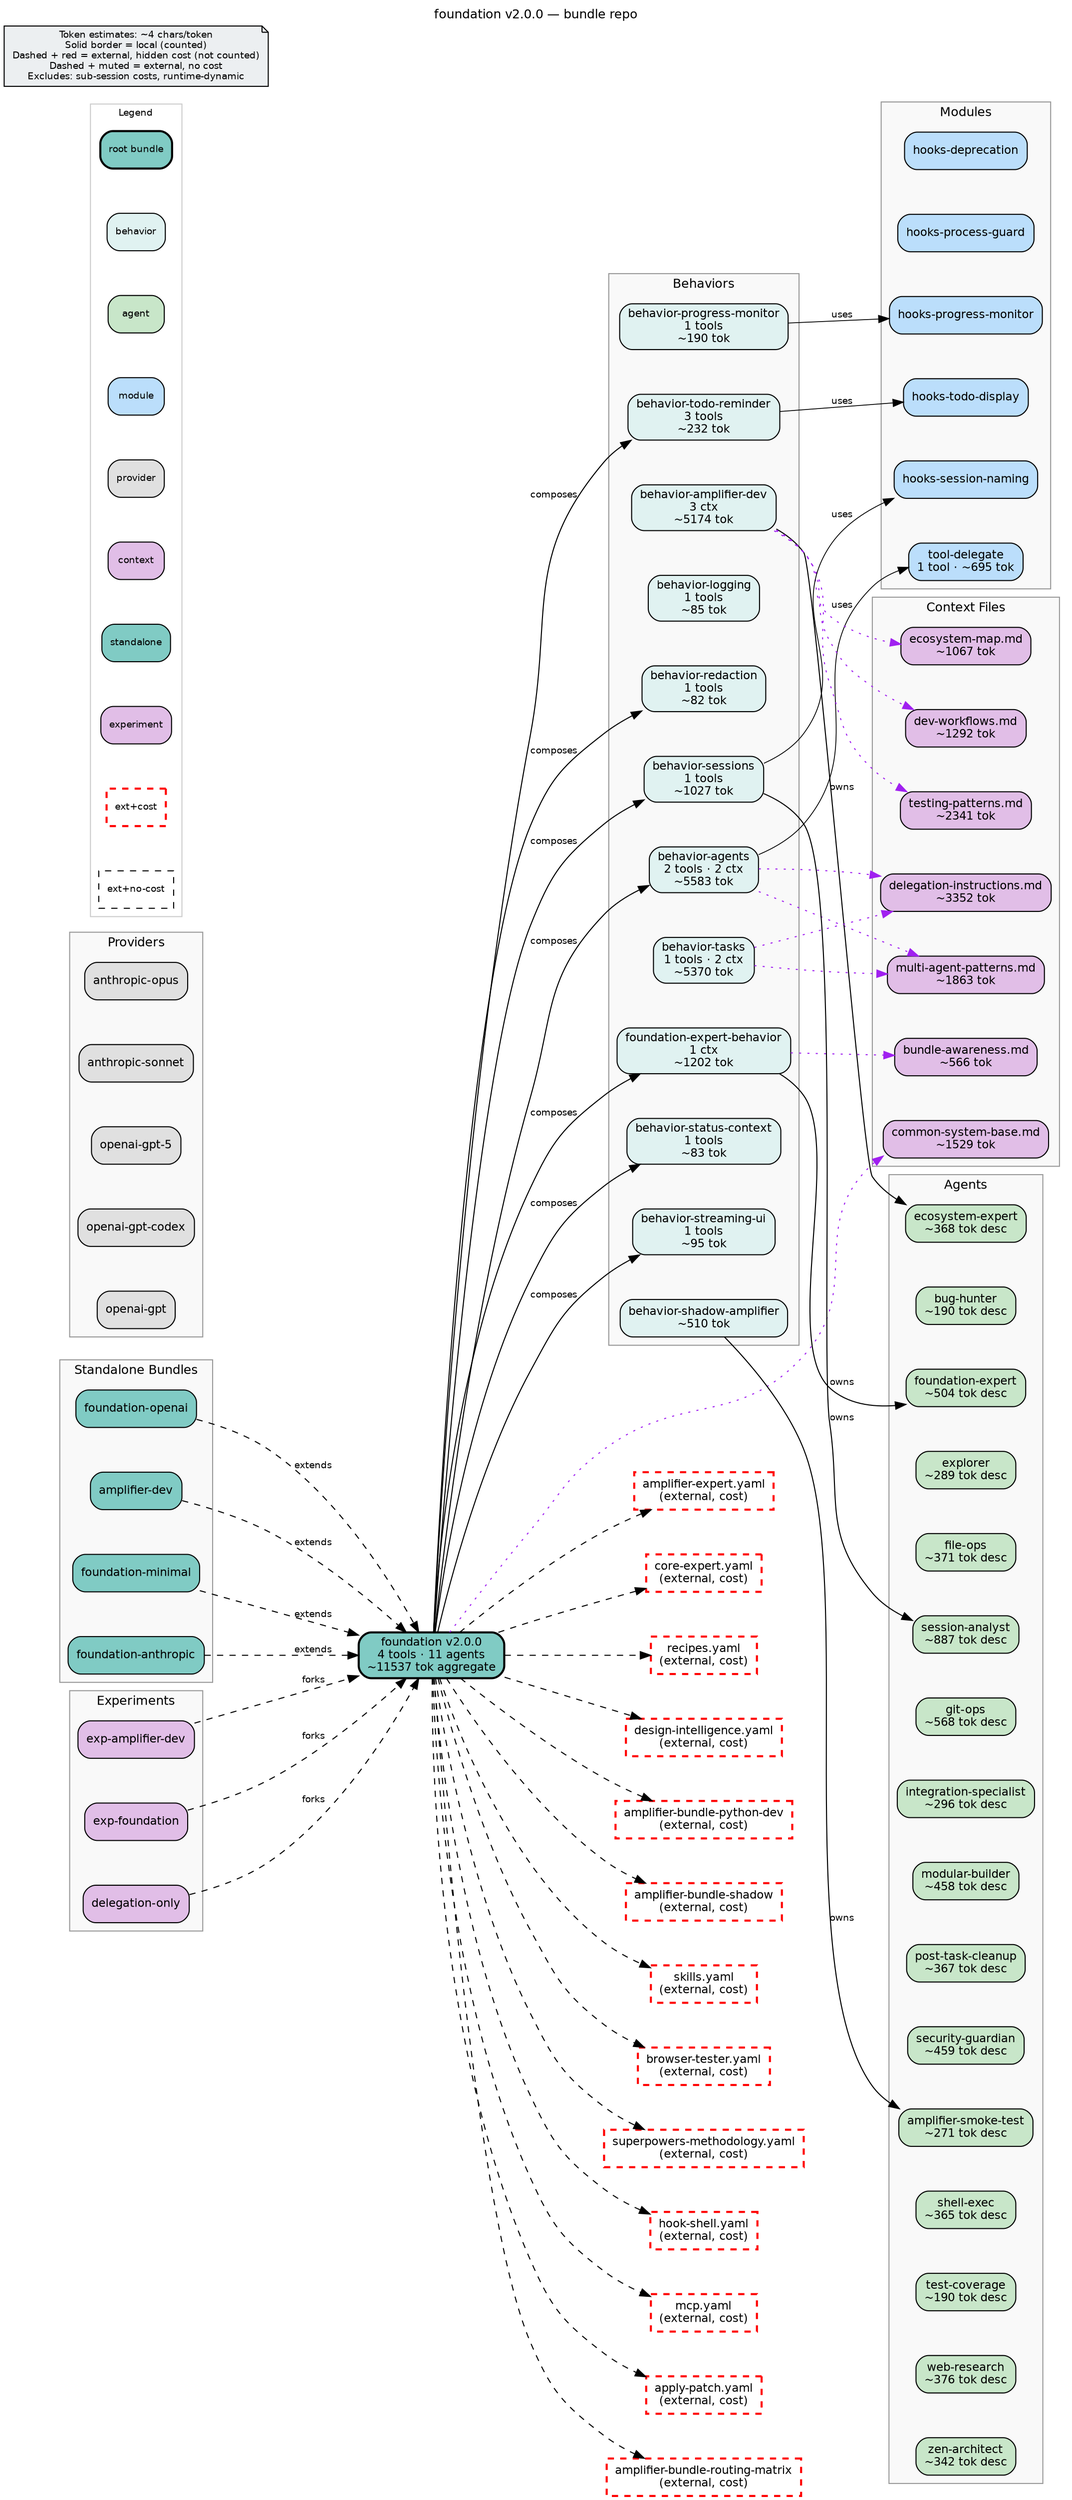
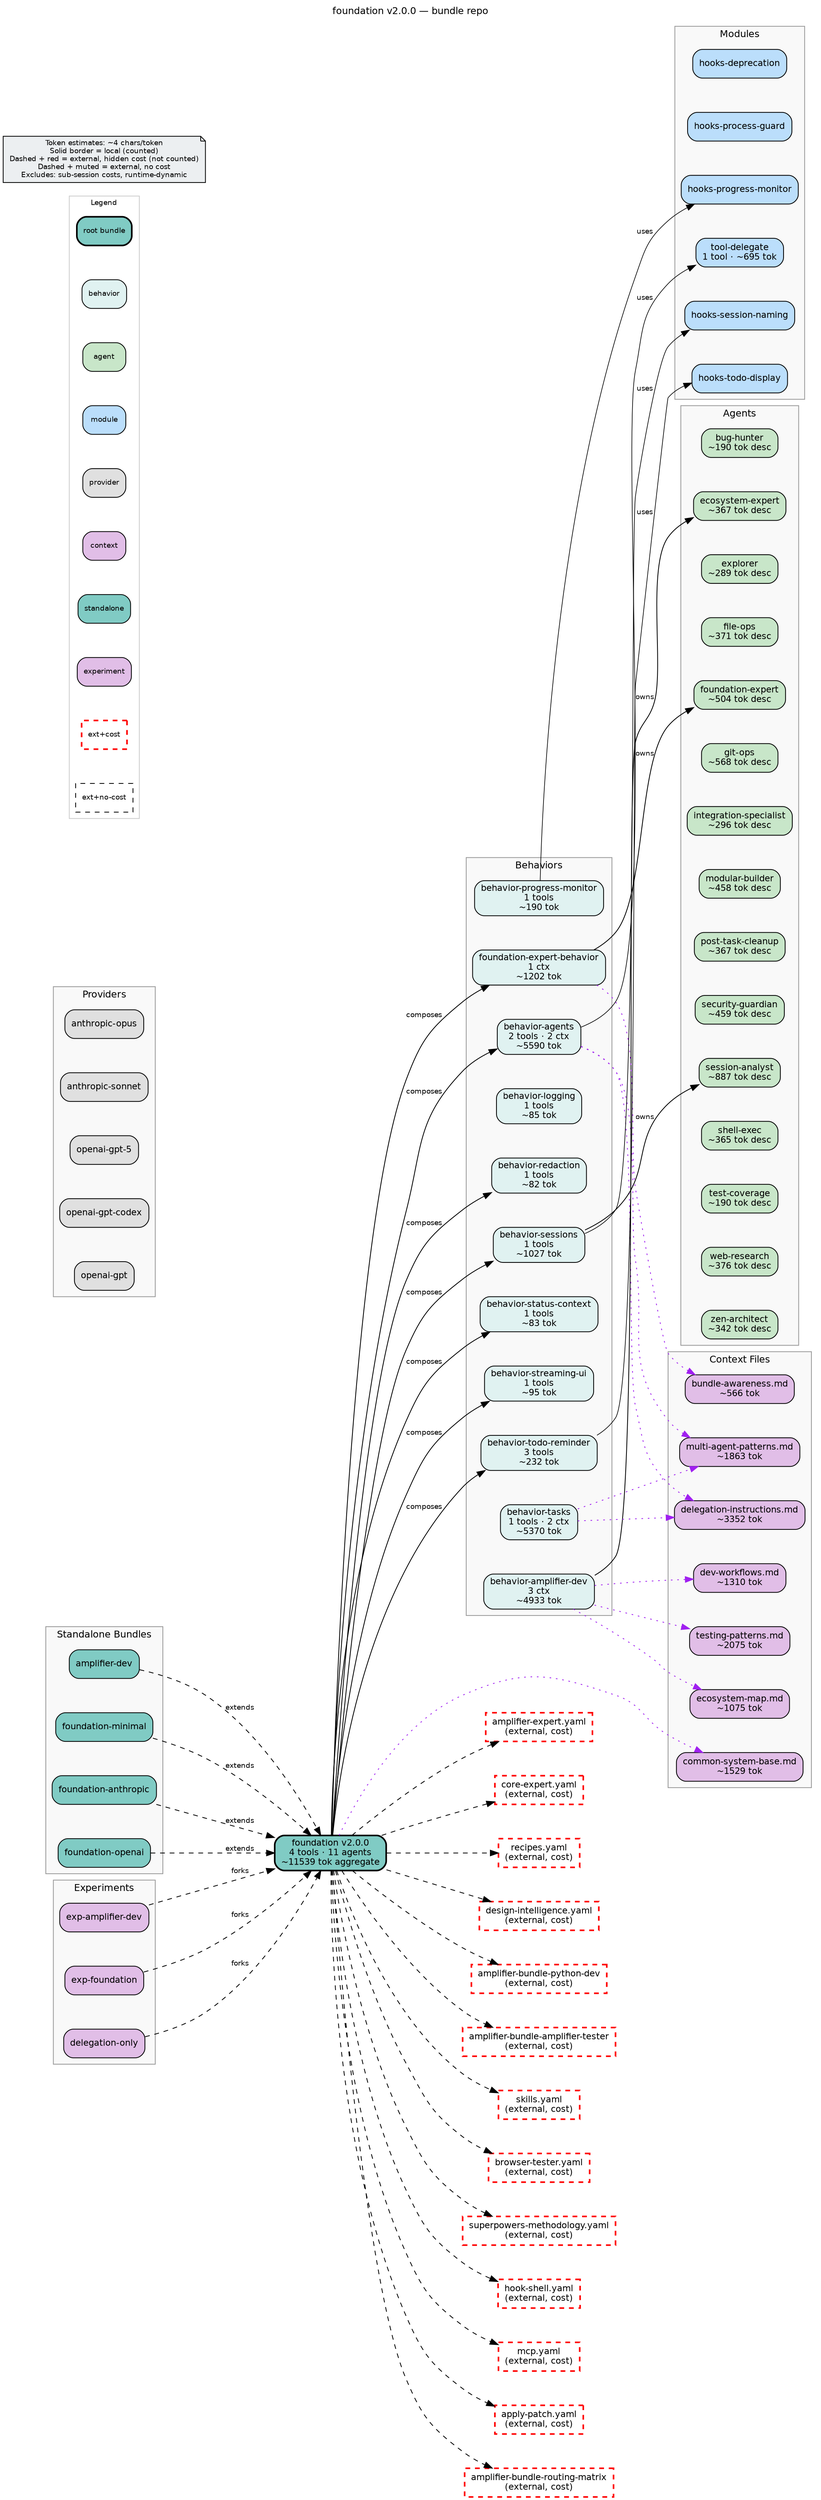
digraph foundation {
    rankdir=LR
    fontname="Helvetica"
    fontsize=12
    label="foundation v2.0.0 — bundle repo"
    labelloc=t
    labeljust=c
    nodesep=0.6
    ranksep=0.7
    bgcolor="white"
-     source_hash="4e75ed198c47f3216995c14b089832295baab45549d7067fc1a6d5701ba5a6a2"
+     source_hash="27908e2fbe06bdcaca5deb5bd71d3a35ae692c3399a4c031a81f69c5c03065a7"

    node [fontname="Helvetica", fontsize=11, style="filled,rounded"]
    edge [fontname="Helvetica", fontsize=9]

-     root_foundation [label="foundation v2.0.0\n4 tools · 11 agents\n~11537 tok aggregate", shape=box, fillcolor="#80cbc4", style="filled,rounded,bold", penwidth=2]
+     root_foundation [label="foundation v2.0.0\n4 tools · 11 agents\n~11539 tok aggregate", shape=box, fillcolor="#80cbc4", style="filled,rounded,bold", penwidth=2]

    subgraph cluster_behaviors {
        label="Behaviors"
        style="filled"
        fillcolor="#f9f9f9"
        color="#999999"

-         beh_behavior_agents [label="behavior-agents\n2 tools · 2 ctx\n~5583 tok", shape=box, fillcolor="#e0f2f1", style="filled,rounded"]
-         beh_behavior_amplifier_dev [label="behavior-amplifier-dev\n3 ctx\n~5174 tok", shape=box, fillcolor="#e0f2f1", style="filled,rounded"]
+         beh_behavior_agents [label="behavior-agents\n2 tools · 2 ctx\n~5590 tok", shape=box, fillcolor="#e0f2f1", style="filled,rounded"]
+         beh_behavior_amplifier_dev [label="behavior-amplifier-dev\n3 ctx\n~4933 tok", shape=box, fillcolor="#e0f2f1", style="filled,rounded"]
        beh_foundation_expert_behavior [label="foundation-expert-behavior\n1 ctx\n~1202 tok", shape=box, fillcolor="#e0f2f1", style="filled,rounded"]
        beh_behavior_logging [label="behavior-logging\n1 tools\n~85 tok", shape=box, fillcolor="#e0f2f1", style="filled,rounded"]
        beh_behavior_progress_monitor [label="behavior-progress-monitor\n1 tools\n~190 tok", shape=box, fillcolor="#e0f2f1", style="filled,rounded"]
        beh_behavior_redaction [label="behavior-redaction\n1 tools\n~82 tok", shape=box, fillcolor="#e0f2f1", style="filled,rounded"]
        beh_behavior_sessions [label="behavior-sessions\n1 tools\n~1027 tok", shape=box, fillcolor="#e0f2f1", style="filled,rounded"]
-         beh_behavior_shadow_amplifier [label="behavior-shadow-amplifier\n~510 tok", shape=box, fillcolor="#e0f2f1", style="filled,rounded"]
        beh_behavior_status_context [label="behavior-status-context\n1 tools\n~83 tok", shape=box, fillcolor="#e0f2f1", style="filled,rounded"]
        beh_behavior_streaming_ui [label="behavior-streaming-ui\n1 tools\n~95 tok", shape=box, fillcolor="#e0f2f1", style="filled,rounded"]
        beh_behavior_tasks [label="behavior-tasks\n1 tools · 2 ctx\n~5370 tok", shape=box, fillcolor="#e0f2f1", style="filled,rounded"]
        beh_behavior_todo_reminder [label="behavior-todo-reminder\n3 tools\n~232 tok", shape=box, fillcolor="#e0f2f1", style="filled,rounded"]
    }

    subgraph cluster_standalones {
        label="Standalone Bundles"
        style="filled"
        fillcolor="#f9f9f9"
        color="#999999"

        sta_amplifier_dev [label="amplifier-dev", shape=box, fillcolor="#80cbc4", style="filled,rounded"]
        sta_foundation_minimal [label="foundation-minimal", shape=box, fillcolor="#80cbc4", style="filled,rounded"]
        sta_foundation_anthropic [label="foundation-anthropic", shape=box, fillcolor="#80cbc4", style="filled,rounded"]
        sta_foundation_openai [label="foundation-openai", shape=box, fillcolor="#80cbc4", style="filled,rounded"]
    }

    subgraph cluster_agents {
        label="Agents"
        style="filled"
        fillcolor="#f9f9f9"
        color="#999999"

-         agt_amplifier_smoke_test [label="amplifier-smoke-test\n~271 tok desc", shape=box, fillcolor="#c8e6c9", style="filled,rounded"]
        agt_bug_hunter [label="bug-hunter\n~190 tok desc", shape=box, fillcolor="#c8e6c9", style="filled,rounded"]
-         agt_ecosystem_expert [label="ecosystem-expert\n~368 tok desc", shape=box, fillcolor="#c8e6c9", style="filled,rounded"]
+         agt_ecosystem_expert [label="ecosystem-expert\n~367 tok desc", shape=box, fillcolor="#c8e6c9", style="filled,rounded"]
        agt_explorer [label="explorer\n~289 tok desc", shape=box, fillcolor="#c8e6c9", style="filled,rounded"]
        agt_file_ops [label="file-ops\n~371 tok desc", shape=box, fillcolor="#c8e6c9", style="filled,rounded"]
        agt_foundation_expert [label="foundation-expert\n~504 tok desc", shape=box, fillcolor="#c8e6c9", style="filled,rounded"]
        agt_git_ops [label="git-ops\n~568 tok desc", shape=box, fillcolor="#c8e6c9", style="filled,rounded"]
        agt_integration_specialist [label="integration-specialist\n~296 tok desc", shape=box, fillcolor="#c8e6c9", style="filled,rounded"]
        agt_modular_builder [label="modular-builder\n~458 tok desc", shape=box, fillcolor="#c8e6c9", style="filled,rounded"]
        agt_post_task_cleanup [label="post-task-cleanup\n~367 tok desc", shape=box, fillcolor="#c8e6c9", style="filled,rounded"]
        agt_security_guardian [label="security-guardian\n~459 tok desc", shape=box, fillcolor="#c8e6c9", style="filled,rounded"]
        agt_session_analyst [label="session-analyst\n~887 tok desc", shape=box, fillcolor="#c8e6c9", style="filled,rounded"]
        agt_shell_exec [label="shell-exec\n~365 tok desc", shape=box, fillcolor="#c8e6c9", style="filled,rounded"]
        agt_test_coverage [label="test-coverage\n~190 tok desc", shape=box, fillcolor="#c8e6c9", style="filled,rounded"]
        agt_web_research [label="web-research\n~376 tok desc", shape=box, fillcolor="#c8e6c9", style="filled,rounded"]
        agt_zen_architect [label="zen-architect\n~342 tok desc", shape=box, fillcolor="#c8e6c9", style="filled,rounded"]
    }

    subgraph cluster_modules {
        label="Modules"
        style="filled"
        fillcolor="#f9f9f9"
        color="#999999"

        mod_hooks_deprecation [label="hooks-deprecation", shape=box, fillcolor="#bbdefb", style="filled,rounded"]
        mod_hooks_process_guard [label="hooks-process-guard", shape=box, fillcolor="#bbdefb", style="filled,rounded"]
        mod_hooks_progress_monitor [label="hooks-progress-monitor", shape=box, fillcolor="#bbdefb", style="filled,rounded"]
        mod_hooks_session_naming [label="hooks-session-naming", shape=box, fillcolor="#bbdefb", style="filled,rounded"]
        mod_hooks_todo_display [label="hooks-todo-display", shape=box, fillcolor="#bbdefb", style="filled,rounded"]
        mod_tool_delegate [label="tool-delegate\n1 tool · ~695 tok", shape=box, fillcolor="#bbdefb", style="filled,rounded"]
    }

    subgraph cluster_providers {
        label="Providers"
        style="filled"
        fillcolor="#f9f9f9"
        color="#999999"

        prv_anthropic_opus [label="anthropic-opus", shape=box, fillcolor="#e0e0e0", style="filled,rounded"]
        prv_anthropic_sonnet [label="anthropic-sonnet", shape=box, fillcolor="#e0e0e0", style="filled,rounded"]
        prv_openai_gpt_5 [label="openai-gpt-5", shape=box, fillcolor="#e0e0e0", style="filled,rounded"]
        prv_openai_gpt_codex [label="openai-gpt-codex", shape=box, fillcolor="#e0e0e0", style="filled,rounded"]
        prv_openai_gpt [label="openai-gpt", shape=box, fillcolor="#e0e0e0", style="filled,rounded"]
    }

    subgraph cluster_experiments {
        label="Experiments"
        style="filled"
        fillcolor="#f9f9f9"
        color="#999999"

        exp_exp_amplifier_dev [label="exp-amplifier-dev", shape=box, fillcolor="#e1bee7", style="filled,rounded"]
        exp_exp_foundation [label="exp-foundation", shape=box, fillcolor="#e1bee7", style="filled,rounded"]
        exp_delegation_only [label="delegation-only", shape=box, fillcolor="#e1bee7", style="filled,rounded"]
    }

    subgraph cluster_context {
        label="Context Files"
        style="filled"
        fillcolor="#f9f9f9"
        color="#999999"

        ctx_delegation_instructions_md [label="delegation-instructions.md\n~3352 tok", shape=box, fillcolor="#e1bee7", style="filled,rounded"]
        ctx_multi_agent_patterns_md [label="multi-agent-patterns.md\n~1863 tok", shape=box, fillcolor="#e1bee7", style="filled,rounded"]
-         ctx_ecosystem_map_md [label="ecosystem-map.md\n~1067 tok", shape=box, fillcolor="#e1bee7", style="filled,rounded"]
-         ctx_dev_workflows_md [label="dev-workflows.md\n~1292 tok", shape=box, fillcolor="#e1bee7", style="filled,rounded"]
-         ctx_testing_patterns_md [label="testing-patterns.md\n~2341 tok", shape=box, fillcolor="#e1bee7", style="filled,rounded"]
+         ctx_ecosystem_map_md [label="ecosystem-map.md\n~1075 tok", shape=box, fillcolor="#e1bee7", style="filled,rounded"]
+         ctx_dev_workflows_md [label="dev-workflows.md\n~1310 tok", shape=box, fillcolor="#e1bee7", style="filled,rounded"]
+         ctx_testing_patterns_md [label="testing-patterns.md\n~2075 tok", shape=box, fillcolor="#e1bee7", style="filled,rounded"]
        ctx_bundle_awareness_md [label="bundle-awareness.md\n~566 tok", shape=box, fillcolor="#e1bee7", style="filled,rounded"]
        ctx_common_system_base_md [label="common-system-base.md\n~1529 tok", shape=box, fillcolor="#e1bee7", style="filled,rounded"]
    }

    subgraph cluster_legend {
        label="Legend"
        style="filled"
        fillcolor="white"
        color="#cccccc"
        fontsize=9

        leg_root [label="root bundle", shape=box, fillcolor="#80cbc4", style="filled,rounded,bold", fontsize=9]
        leg_behavior [label="behavior", shape=box, fillcolor="#e0f2f1", style="filled,rounded", fontsize=9]
        leg_agent [label="agent", shape=box, fillcolor="#c8e6c9", style="filled,rounded", fontsize=9]
        leg_module [label="module", shape=box, fillcolor="#bbdefb", style="filled,rounded", fontsize=9]
        leg_provider [label="provider", shape=box, fillcolor="#e0e0e0", style="filled,rounded", fontsize=9]
        leg_context [label="context", shape=box, fillcolor="#e1bee7", style="filled,rounded", fontsize=9]
        leg_standalone [label="standalone", shape=box, fillcolor="#80cbc4", style="filled,rounded", fontsize=9]
        leg_experiment [label="experiment", shape=box, fillcolor="#e1bee7", style="filled,rounded", fontsize=9]
        leg_ext_cost [label="ext+cost", shape=box, fillcolor="#80cbc4", style="dashed", color="red", penwidth=2, fontsize=9]
        leg_ext_muted [label="ext+no-cost", shape=box, fillcolor="#f5f5f5", style="dashed", fontsize=9]
    }

    disclaimer [label="Token estimates: ~4 chars/token\nSolid border = local (counted)\nDashed + red = external, hidden cost (not counted)\nDashed + muted = external, no cost\nExcludes: sub-session costs, runtime-dynamic", shape=note, fillcolor="#eceff1", style="filled", fontsize=9]

    ext_githttps___github_com_microsoft_amplifier_mainsubdirectorybehaviors_amplifier_expert_yaml [label="amplifier-expert.yaml\n(external, cost)", shape=box, fillcolor="#80cbc4", style="dashed", color="red", penwidth=2]
    ext_githttps___github_com_microsoft_amplifier_core_mainsubdirectorybehaviors_core_expert_yaml [label="core-expert.yaml\n(external, cost)", shape=box, fillcolor="#80cbc4", style="dashed", color="red", penwidth=2]
    ext_githttps___github_com_microsoft_amplifier_bundle_recipes_mainsubdirectorybehaviors_recipes_yaml [label="recipes.yaml\n(external, cost)", shape=box, fillcolor="#80cbc4", style="dashed", color="red", penwidth=2]
    ext_githttps___github_com_microsoft_amplifier_bundle_design_intelligence_mainsubdirectorybehaviors_design_intelligence_yaml [label="design-intelligence.yaml\n(external, cost)", shape=box, fillcolor="#80cbc4", style="dashed", color="red", penwidth=2]
    ext_githttps___github_com_microsoft_amplifier_bundle_python_dev_main [label="amplifier-bundle-python-dev\n(external, cost)", shape=box, fillcolor="#80cbc4", style="dashed", color="red", penwidth=2]
-     ext_githttps___github_com_microsoft_amplifier_bundle_shadow_main [label="amplifier-bundle-shadow\n(external, cost)", shape=box, fillcolor="#80cbc4", style="dashed", color="red", penwidth=2]
+     ext_githttps___github_com_microsoft_amplifier_bundle_amplifier_tester_main [label="amplifier-bundle-amplifier-tester\n(external, cost)", shape=box, fillcolor="#80cbc4", style="dashed", color="red", penwidth=2]
    ext_githttps___github_com_microsoft_amplifier_bundle_skills_mainsubdirectorybehaviors_skills_yaml [label="skills.yaml\n(external, cost)", shape=box, fillcolor="#80cbc4", style="dashed", color="red", penwidth=2]
    ext_githttps___github_com_microsoft_amplifier_bundle_browser_tester_mainsubdirectorybehaviors_browser_tester_yaml [label="browser-tester.yaml\n(external, cost)", shape=box, fillcolor="#80cbc4", style="dashed", color="red", penwidth=2]
    ext_githttps___github_com_microsoft_amplifier_bundle_superpowers_mainsubdirectorybehaviors_superpowers_methodology_yaml [label="superpowers-methodology.yaml\n(external, cost)", shape=box, fillcolor="#80cbc4", style="dashed", color="red", penwidth=2]
    ext_githttps___github_com_microsoft_amplifier_module_hook_shell_mainsubdirectorybehaviors_hook_shell_yaml [label="hook-shell.yaml\n(external, cost)", shape=box, fillcolor="#80cbc4", style="dashed", color="red", penwidth=2]
    ext_githttps___github_com_microsoft_amplifier_module_tool_mcp_mainsubdirectorybehaviors_mcp_yaml [label="mcp.yaml\n(external, cost)", shape=box, fillcolor="#80cbc4", style="dashed", color="red", penwidth=2]
    ext_githttps___github_com_microsoft_amplifier_bundle_filesystem_mainsubdirectorybehaviors_apply_patch_yaml [label="apply-patch.yaml\n(external, cost)", shape=box, fillcolor="#80cbc4", style="dashed", color="red", penwidth=2]
    ext_githttps___github_com_microsoft_amplifier_bundle_routing_matrix_main [label="amplifier-bundle-routing-matrix\n(external, cost)", shape=box, fillcolor="#80cbc4", style="dashed", color="red", penwidth=2]

    root_foundation -> ext_githttps___github_com_microsoft_amplifier_mainsubdirectorybehaviors_amplifier_expert_yaml [style=dashed]
    root_foundation -> ext_githttps___github_com_microsoft_amplifier_core_mainsubdirectorybehaviors_core_expert_yaml [style=dashed]
    root_foundation -> beh_foundation_expert_behavior [label="composes"]
    root_foundation -> beh_behavior_sessions [label="composes"]
    root_foundation -> beh_behavior_status_context [label="composes"]
    root_foundation -> beh_behavior_redaction [label="composes"]
    root_foundation -> beh_behavior_todo_reminder [label="composes"]
    root_foundation -> beh_behavior_streaming_ui [label="composes"]
    root_foundation -> beh_behavior_agents [label="composes"]
    root_foundation -> ext_githttps___github_com_microsoft_amplifier_bundle_recipes_mainsubdirectorybehaviors_recipes_yaml [style=dashed]
    root_foundation -> ext_githttps___github_com_microsoft_amplifier_bundle_design_intelligence_mainsubdirectorybehaviors_design_intelligence_yaml [style=dashed]
    root_foundation -> ext_githttps___github_com_microsoft_amplifier_bundle_python_dev_main [style=dashed]
-     root_foundation -> ext_githttps___github_com_microsoft_amplifier_bundle_shadow_main [style=dashed]
+     root_foundation -> ext_githttps___github_com_microsoft_amplifier_bundle_amplifier_tester_main [style=dashed]
    root_foundation -> ext_githttps___github_com_microsoft_amplifier_bundle_skills_mainsubdirectorybehaviors_skills_yaml [style=dashed]
    root_foundation -> ext_githttps___github_com_microsoft_amplifier_bundle_browser_tester_mainsubdirectorybehaviors_browser_tester_yaml [style=dashed]
    root_foundation -> ext_githttps___github_com_microsoft_amplifier_bundle_superpowers_mainsubdirectorybehaviors_superpowers_methodology_yaml [style=dashed]
    root_foundation -> ext_githttps___github_com_microsoft_amplifier_module_hook_shell_mainsubdirectorybehaviors_hook_shell_yaml [style=dashed]
    root_foundation -> ext_githttps___github_com_microsoft_amplifier_module_tool_mcp_mainsubdirectorybehaviors_mcp_yaml [style=dashed]
    root_foundation -> ext_githttps___github_com_microsoft_amplifier_bundle_filesystem_mainsubdirectorybehaviors_apply_patch_yaml [style=dashed]
    root_foundation -> ext_githttps___github_com_microsoft_amplifier_bundle_routing_matrix_main [style=dashed]
    beh_behavior_agents -> mod_tool_delegate [label="uses", penwidth=0.8]
    beh_behavior_agents -> ctx_delegation_instructions_md [style=dotted, color=purple]
    beh_behavior_agents -> ctx_multi_agent_patterns_md [style=dotted, color=purple]
    beh_behavior_amplifier_dev -> agt_ecosystem_expert [label="owns"]
    beh_behavior_amplifier_dev -> ctx_ecosystem_map_md [style=dotted, color=purple]
    beh_behavior_amplifier_dev -> ctx_dev_workflows_md [style=dotted, color=purple]
    beh_behavior_amplifier_dev -> ctx_testing_patterns_md [style=dotted, color=purple]
    beh_foundation_expert_behavior -> agt_foundation_expert [label="owns"]
    beh_foundation_expert_behavior -> ctx_bundle_awareness_md [style=dotted, color=purple]
    beh_behavior_progress_monitor -> mod_hooks_progress_monitor [label="uses", penwidth=0.8]
    beh_behavior_sessions -> agt_session_analyst [label="owns"]
    beh_behavior_sessions -> mod_hooks_session_naming [label="uses", penwidth=0.8]
-     beh_behavior_shadow_amplifier -> agt_amplifier_smoke_test [label="owns"]
    beh_behavior_tasks -> ctx_delegation_instructions_md [style=dotted, color=purple]
    beh_behavior_tasks -> ctx_multi_agent_patterns_md [style=dotted, color=purple]
    beh_behavior_todo_reminder -> mod_hooks_todo_display [label="uses", penwidth=0.8]
    root_foundation -> ctx_common_system_base_md [style=dotted, color=purple]
    sta_amplifier_dev -> root_foundation [label="extends", style=dashed]
    sta_foundation_minimal -> root_foundation [label="extends", style=dashed]
    sta_foundation_anthropic -> root_foundation [label="extends", style=dashed]
    sta_foundation_openai -> root_foundation [label="extends", style=dashed]
    exp_exp_amplifier_dev -> root_foundation [label="forks", style=dashed]
    exp_exp_foundation -> root_foundation [label="forks", style=dashed]
    exp_delegation_only -> root_foundation [label="forks", style=dashed]
}